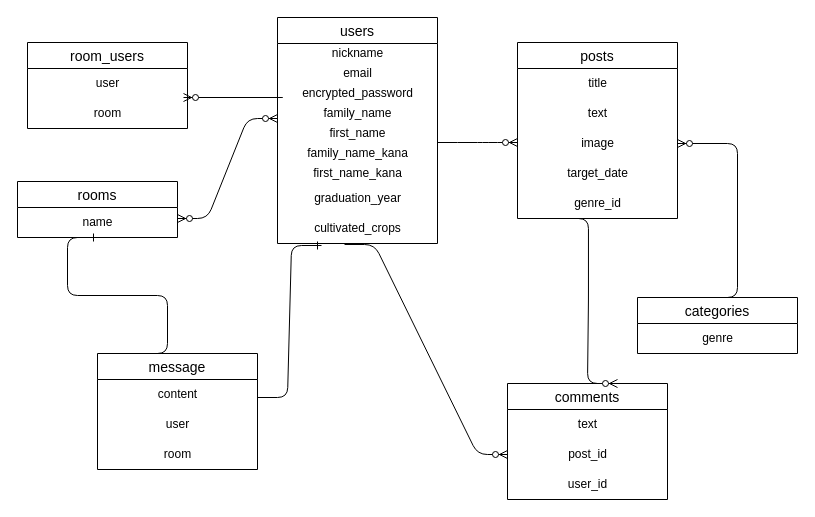
Earlier version of the draw.io diagram page "ページ1" (1 of 2) of test.dio (taku38550/noyukai_app). Source tidied: cells renumbered, new cells numbered last; positions are measured from the earlier drawing's top-left corner, leaving out a move shared by most shapes. Both pictures are drawn from the tidied source at 100%, with x=0, y=0 at pixel (17, 17).
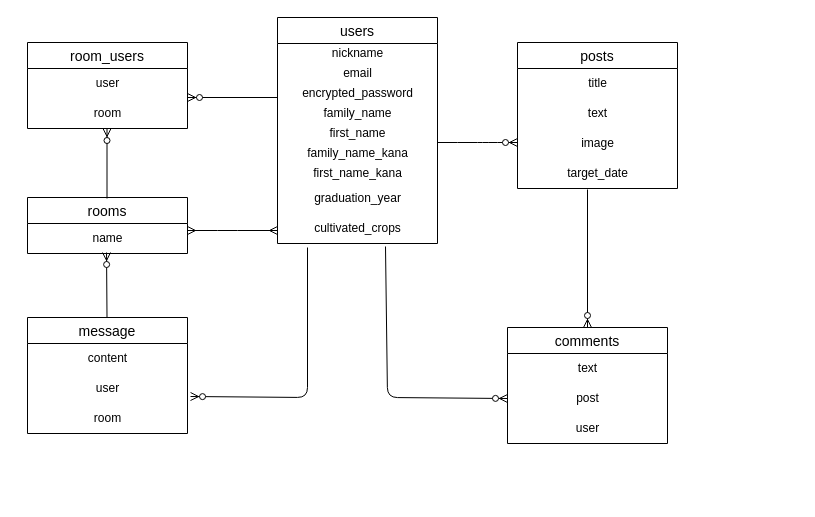
After the change.

The change refers to these unchanged cells:
```xml
<mxCell id="5" value="encrypted_password" style="text;html=1;align=center;verticalAlign=middle;points=[];strokeColor=none;fillColor=none;" parent="2" vertex="1">
  <mxGeometry y="66" width="160" height="20" as="geometry" />
</mxCell>
<mxCell id="11" value="cultivated_crops" style="text;html=1;align=center;verticalAlign=middle;points=[];strokeColor=none;fillColor=none;" parent="2" vertex="1">
  <mxGeometry y="196" width="160" height="30" as="geometry" />
</mxCell>
<mxCell id="15" value="image" style="text;html=1;align=center;verticalAlign=middle;points=[];strokeColor=none;fillColor=none;" parent="12" vertex="1">
  <mxGeometry y="86" width="160" height="30" as="geometry" />
</mxCell>
<mxCell id="26" value="room" style="text;html=1;align=center;verticalAlign=middle;points=[];strokeColor=none;fillColor=none;" parent="24" vertex="1">
  <mxGeometry y="56" width="160" height="30" as="geometry" />
</mxCell>
<mxCell id="28" value="name" style="text;html=1;align=center;verticalAlign=middle;points=[];strokeColor=none;fillColor=none;" parent="27" vertex="1">
  <mxGeometry y="26" width="160" height="30" as="geometry" />
</mxCell>
<mxCell id="32" value="user" style="text;html=1;align=center;verticalAlign=middle;points=[];strokeColor=none;fillColor=none;" parent="30" vertex="1">
  <mxGeometry y="56" width="160" height="30" as="geometry" />
</mxCell>
```

Diff of the diagram source:
```diff
@@
     <mxCell id="12" value="posts" style="swimlane;fontStyle=0;horizontal=1;startSize=26;align=center;fontSize=14;" parent="1" vertex="1">
-      <mxGeometry x="500" y="25" width="160" height="176" as="geometry" />
+      <mxGeometry x="500" y="25" width="160" height="146" as="geometry" />
     </mxCell>
@@
-    <mxCell id="17" value="genre_id" style="text;html=1;align=center;verticalAlign=middle;points=[];strokeColor=none;fillColor=none;" parent="12" vertex="1">
-      <mxGeometry y="146" width="160" height="30" as="geometry" />
-    </mxCell>
     <mxCell id="18" value="comments" style="swimlane;fontStyle=0;horizontal=1;startSize=26;align=center;fontSize=14;" parent="1" vertex="1">
-      <mxGeometry x="490" y="366" width="160" height="116" as="geometry" />
+      <mxGeometry x="490" y="310" width="160" height="116" as="geometry" />
     </mxCell>
@@
-    <mxCell id="20" value="post_id" style="text;html=1;align=center;verticalAlign=middle;points=[];strokeColor=none;fillColor=none;" parent="18" vertex="1">
+    <mxCell id="20" value="post" style="text;html=1;align=center;verticalAlign=middle;points=[];strokeColor=none;fillColor=none;" parent="18" vertex="1">
       <mxGeometry y="56" width="160" height="30" as="geometry" />
     </mxCell>
-    <mxCell id="21" value="user_id" style="text;html=1;align=center;verticalAlign=middle;strokeColor=none;fillColor=none;" parent="18" vertex="1">
+    <mxCell id="21" value="user" style="text;html=1;align=center;verticalAlign=middle;strokeColor=none;fillColor=none;" parent="18" vertex="1">
       <mxGeometry y="86" width="160" height="30" as="geometry" />
     </mxCell>
-    <mxCell id="22" value="categories" style="swimlane;fontStyle=0;horizontal=1;startSize=26;align=center;fontSize=14;" parent="1" vertex="1">
-      <mxGeometry x="620" y="280" width="160" height="56" as="geometry" />
-    </mxCell>
-    <mxCell id="23" value="genre" style="text;html=1;align=center;verticalAlign=middle;strokeColor=none;fillColor=none;" parent="22" vertex="1">
-      <mxGeometry y="26" width="160" height="30" as="geometry" />
-    </mxCell>
@@
     <mxCell id="27" value="rooms" style="swimlane;fontStyle=0;horizontal=1;startSize=26;align=center;fontSize=14;" parent="1" vertex="1">
-      <mxGeometry y="164" width="160" height="56" as="geometry" />
+      <mxGeometry x="10" y="180" width="160" height="56" as="geometry" />
     </mxCell>
@@
-    <mxCell id="29" style="edgeStyle=entityRelationEdgeStyle;fontSize=12;html=1;endArrow=ERone;endFill=1;entryX=0.275;entryY=1.067;entryDx=0;entryDy=0;entryPerimeter=0;exitX=0.25;exitY=0;exitDx=0;exitDy=0;" parent="27" edge="1" source="30">
-      <mxGeometry relative="1" as="geometry">
-        <mxPoint x="80" y="56" as="targetPoint" />
-      </mxGeometry>
-    </mxCell>
     <mxCell id="30" value="message" style="swimlane;fontStyle=0;horizontal=1;startSize=26;align=center;fontSize=14;" parent="1" vertex="1">
-      <mxGeometry x="80" y="336" width="160" height="116" as="geometry" />
+      <mxGeometry x="10" y="300" width="160" height="116" as="geometry" />
     </mxCell>
@@
-    <mxCell id="35" style="edgeStyle=entityRelationEdgeStyle;fontSize=12;html=1;endArrow=ERzeroToMany;endFill=1;entryX=0.975;entryY=-0.033;entryDx=0;entryDy=0;entryPerimeter=0;" parent="1" edge="1" target="26">
+    <mxCell id="35" style="fontSize=12;html=1;endArrow=ERzeroToMany;endFill=1;exitX=0;exitY=0.7;exitDx=0;exitDy=0;exitPerimeter=0;" parent="1" edge="1" source="5">
       <mxGeometry relative="1" as="geometry">
-        <mxPoint x="240" y="80" as="sourcePoint" />
+        <mxPoint x="170" y="80" as="targetPoint" />
       </mxGeometry>
     </mxCell>
-    <mxCell id="36" style="edgeStyle=entityRelationEdgeStyle;fontSize=12;html=1;endArrow=ERzeroToMany;endFill=1;exitX=0.419;exitY=1.033;exitDx=0;exitDy=0;exitPerimeter=0;entryX=0;entryY=0.5;entryDx=0;entryDy=0;entryPerimeter=0;" parent="1" edge="1" source="11" target="20">
-      <mxGeometry relative="1" as="geometry" />
+    <mxCell id="36" style="fontSize=12;html=1;endArrow=ERzeroToMany;endFill=1;exitX=0.675;exitY=1.1;exitDx=0;exitDy=0;exitPerimeter=0;entryX=0;entryY=0.5;entryDx=0;entryDy=0;entryPerimeter=0;" parent="1" edge="1" source="11" target="20">
+      <mxGeometry relative="1" as="geometry">
+        <Array as="points">
+          <mxPoint x="370" y="380" />
+        </Array>
+      </mxGeometry>
     </mxCell>
-    <mxCell id="37" style="edgeStyle=entityRelationEdgeStyle;fontSize=12;html=1;endArrow=ERzeroToMany;endFill=1;" parent="1" edge="1" target="15">
-      <mxGeometry relative="1" as="geometry">
-        <mxPoint x="690" y="280" as="sourcePoint" />
-      </mxGeometry>
-    </mxCell>
-    <mxCell id="38" style="edgeStyle=entityRelationEdgeStyle;fontSize=12;html=1;endArrow=ERzeroToMany;endFill=1;exitX=0.256;exitY=1;exitDx=0;exitDy=0;exitPerimeter=0;" parent="1" edge="1" source="17">
+    <mxCell id="38" style="fontSize=12;html=1;endArrow=ERzeroToMany;endFill=1;entryX=0.5;entryY=0;entryDx=0;entryDy=0;" parent="1" edge="1" target="18">
       <mxGeometry relative="1" as="geometry">
-        <mxPoint x="600" y="366" as="targetPoint" />
+        <mxPoint x="570" y="172" as="sourcePoint" />
       </mxGeometry>
     </mxCell>
-    <mxCell id="39" style="edgeStyle=entityRelationEdgeStyle;fontSize=12;html=1;endArrow=ERzeroToMany;endFill=1;startArrow=ERzeroToMany;" parent="1" edge="1">
-      <mxGeometry relative="1" as="geometry">
-        <mxPoint x="160" y="201" as="sourcePoint" />
-        <mxPoint x="260" y="101" as="targetPoint" />
-      </mxGeometry>
-    </mxCell>
-    <mxCell id="40" style="edgeStyle=entityRelationEdgeStyle;fontSize=12;html=1;endArrow=ERone;endFill=1;entryX=0.275;entryY=1.067;entryDx=0;entryDy=0;entryPerimeter=0;" parent="1" edge="1" target="11">
-      <mxGeometry relative="1" as="geometry">
-        <mxPoint x="240" y="380" as="sourcePoint" />
-      </mxGeometry>
-    </mxCell>
+    <mxCell id="41" style="fontSize=12;html=1;endArrow=ERzeroToMany;endFill=1;" parent="1" edge="1">
+      <mxGeometry relative="1" as="geometry">
+        <mxPoint x="89.5" y="181" as="sourcePoint" />
+        <mxPoint x="89.5" y="111" as="targetPoint" />
+        <Array as="points">
+          <mxPoint x="89.5" y="111" />
+        </Array>
+      </mxGeometry>
+    </mxCell>
+    <mxCell id="42" style="fontSize=12;html=1;endArrow=ERmany;startArrow=ERmany;entryX=0;entryY=0.567;entryDx=0;entryDy=0;entryPerimeter=0;" parent="1" edge="1" target="11">
+      <mxGeometry relative="1" as="geometry">
+        <mxPoint x="170" y="213" as="sourcePoint" />
+        <Array as="points">
+          <mxPoint x="210" y="213" />
+        </Array>
+      </mxGeometry>
+    </mxCell>
+    <mxCell id="43" style="fontSize=12;html=1;endArrow=ERzeroToMany;endFill=1;entryX=0.494;entryY=0.967;entryDx=0;entryDy=0;entryPerimeter=0;" parent="1" edge="1" target="28">
+      <mxGeometry relative="1" as="geometry">
+        <mxPoint x="89.5" y="300" as="sourcePoint" />
+      </mxGeometry>
+    </mxCell>
+    <mxCell id="44" style="fontSize=12;html=1;endArrow=ERzeroToMany;endFill=1;entryX=1.019;entryY=0.767;entryDx=0;entryDy=0;entryPerimeter=0;" parent="1" edge="1" target="32">
+      <mxGeometry relative="1" as="geometry">
+        <mxPoint x="290" y="230" as="sourcePoint" />
+        <Array as="points">
+          <mxPoint x="290" y="380" />
+        </Array>
+      </mxGeometry>
+    </mxCell>
```
